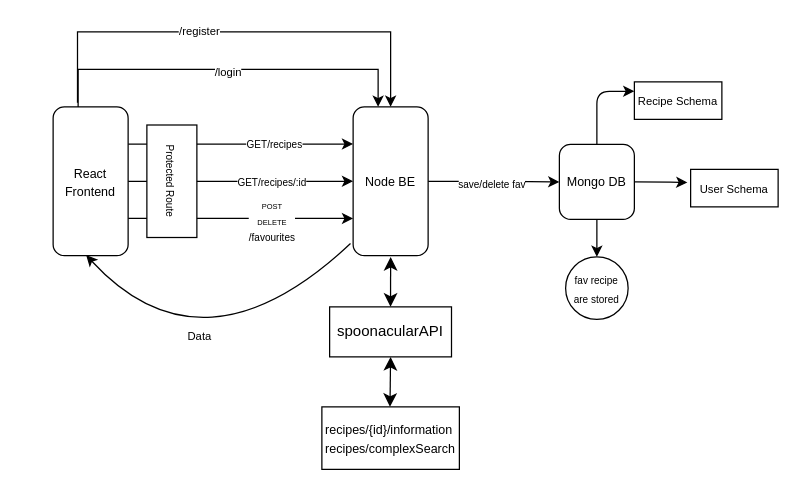
Earlier version of the draw.io diagram Recipe App/Untitled Diagram.drawio (Souravsinha96/System-design). Source tidied: cells renumbered, new cells numbered last; positions are measured from the earlier drawing's top-left corner, leaving out a move shared by most shapes. Both pictures are drawn from the tidied source at 125%, with x=0, y=0 at pixel (52, 31).
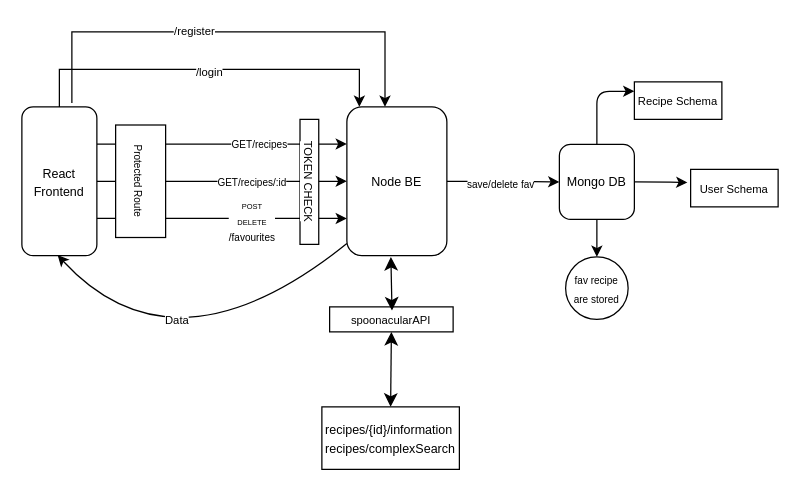
The same page after the edit.

The change refers to these unchanged cells:
```xml
<mxCell id="28" value="&lt;div style=&quot;text-align: left;&quot;&gt;&lt;span style=&quot;background-color: light-dark(rgb(255, 255, 255), rgb(18, 18, 18)); font-family: Poppins, sans-serif;&quot;&gt;&lt;font style=&quot;font-size: 10px;&quot;&gt;recipes/{id}/information&lt;/font&gt;&lt;/span&gt;&lt;/div&gt;&lt;div style=&quot;text-align: left;&quot;&gt;&lt;span style=&quot;font-family: Poppins, sans-serif; background-color: rgb(255, 255, 255);&quot;&gt;&lt;font style=&quot;font-size: 10px; color: rgb(0, 0, 0);&quot;&gt;recipes/complexSearch&lt;/font&gt;&lt;/span&gt;&lt;/div&gt;" style="rounded=0;whiteSpace=wrap;html=1;" parent="1" vertex="1">
  <mxGeometry x="215" y="300" width="110" height="50" as="geometry" />
</mxCell>
```

What changed in the source:
```diff
@@
     <mxCell id="8" style="edgeStyle=orthogonalEdgeStyle;rounded=0;orthogonalLoop=1;jettySize=auto;html=1;exitX=0.5;exitY=0;exitDx=0;exitDy=0;entryX=0.5;entryY=0;entryDx=0;entryDy=0;" parent="1" edge="1">
       <mxGeometry relative="1" as="geometry">
-        <mxPoint x="20" y="60" as="sourcePoint" />
-        <mxPoint x="260" y="60" as="targetPoint" />
+        <mxPoint x="5" y="60" as="sourcePoint" />
+        <mxPoint x="245" y="60" as="targetPoint" />
         <Array as="points">
-          <mxPoint x="20" y="30" />
-          <mxPoint x="260" y="30" />
+          <mxPoint x="5" y="30" />
+          <mxPoint x="245" y="30" />
         </Array>
       </mxGeometry>
     </mxCell>
@@
-    <mxCell id="10" style="edgeStyle=orthogonalEdgeStyle;rounded=0;jettySize=auto;html=1;entryX=0.5;entryY=1;entryDx=0;entryDy=0;exitX=0.325;exitY=-0.027;exitDx=0;exitDy=0;exitPerimeter=0;" parent="1" edge="1" source="12">
+    <mxCell id="10" style="edgeStyle=orthogonalEdgeStyle;rounded=0;orthogonalLoop=1;jettySize=auto;html=1;entryX=0.5;entryY=1;entryDx=0;entryDy=0;exitX=0.325;exitY=-0.027;exitDx=0;exitDy=0;exitPerimeter=0;" parent="1" edge="1">
       <mxGeometry relative="1" as="geometry">
-        <mxPoint x="270" y="60" as="targetPoint" />
+        <mxPoint x="15" y="56.8" as="sourcePoint" />
+        <mxPoint x="265.5" y="60" as="targetPoint" />
         <Array as="points">
-          <mxPoint x="20" />
-          <mxPoint x="270" />
+          <mxPoint x="15.5" />
+          <mxPoint x="265.5" />
         </Array>
       </mxGeometry>
     </mxCell>
@@
     <mxCell id="12" value="&lt;font style=&quot;font-size: 10px;&quot;&gt;React Frontend&lt;/font&gt;" style="whiteSpace=wrap;html=1;align=center;rounded=1;shadow=0;glass=0;" parent="1" vertex="1">
-      <mxGeometry y="60" width="60" height="119" as="geometry" />
+      <mxGeometry x="-25" y="60" width="60" height="119" as="geometry" />
     </mxCell>
@@
     <mxCell id="15" value="&lt;font style=&quot;font-size: 10px;&quot;&gt;Node BE&lt;/font&gt;" style="whiteSpace=wrap;html=1;rounded=1;shadow=0;" parent="1" vertex="1">
-      <mxGeometry x="240" y="60" width="60" height="119" as="geometry" />
+      <mxGeometry x="235" y="60" width="80" height="119" as="geometry" />
     </mxCell>
@@
-    <mxCell id="23" value="spoonacularAPI" style="rounded=0;whiteSpace=wrap;html=1;" parent="1" vertex="1">
-      <mxGeometry x="221.2" y="220" width="97.5" height="40" as="geometry" />
+    <mxCell id="23" value="&lt;font style=&quot;font-size: 9px;&quot;&gt;spoonacularAPI&lt;/font&gt;" style="rounded=0;whiteSpace=wrap;html=1;" parent="1" vertex="1">
+      <mxGeometry x="221.2" y="220" width="98.8" height="20" as="geometry" />
     </mxCell>
-    <mxCell id="24" style="edgeStyle=none;jettySize=auto;html=1;endArrow=classic;startArrow=classic;endSize=8;startSize=8;rounded=0;entryX=0.5;entryY=0;entryDx=0;entryDy=0;" parent="1" edge="1" target="23">
+    <mxCell id="24" style="edgeStyle=none;orthogonalLoop=1;jettySize=auto;html=1;endArrow=classic;startArrow=classic;endSize=8;startSize=8;rounded=0;entryX=0.424;entryY=0.096;entryDx=0;entryDy=0;entryPerimeter=0;" parent="1" edge="1">
       <mxGeometry relative="1" as="geometry">
-        <mxPoint x="270" y="180" as="sourcePoint" />
+        <mxPoint x="270.2" y="180" as="sourcePoint" />
+        <mxPoint x="271.1" y="223" as="targetPoint" />
       </mxGeometry>
     </mxCell>
-    <mxCell id="25" style="edgeStyle=none;jettySize=auto;html=1;rounded=0;curved=1;exitX=-0.035;exitY=0.919;exitDx=0;exitDy=0;exitPerimeter=0;entryX=0.441;entryY=0.997;entryDx=0;entryDy=0;entryPerimeter=0;" parent="1" edge="1" source="15" target="12">
+    <mxCell id="25" style="edgeStyle=none;jettySize=auto;html=1;rounded=0;curved=1;exitX=0;exitY=0.919;exitDx=0;exitDy=0;exitPerimeter=0;entryX=0.441;entryY=0.997;entryDx=0;entryDy=0;entryPerimeter=0;" parent="1" edge="1" source="15">
       <mxGeometry relative="1" as="geometry">
+        <mxPoint x="3.6" y="178.6" as="targetPoint" />
         <Array as="points">
-          <mxPoint x="120" y="280" />
+          <mxPoint x="97.1" y="280" />
         </Array>
       </mxGeometry>
     </mxCell>
     <mxCell id="26" value="&lt;font style=&quot;font-size: 9px;&quot;&gt;Data&lt;/font&gt;" style="edgeLabel;html=1;align=center;verticalAlign=middle;" parent="25" vertex="1">
       <mxGeometry x="0.27" y="-21" relative="1" as="geometry">
-        <mxPoint y="-2" as="offset" />
+        <mxPoint x="2" y="-19" as="offset" />
       </mxGeometry>
     </mxCell>
     <mxCell id="27" value="&lt;font style=&quot;font-size: 8px;&quot;&gt;Protected Route&lt;/font&gt;" style="rounded=0;whiteSpace=wrap;html=1;rotation=90;" parent="1" vertex="1">
-      <mxGeometry x="50" y="99.5" width="90" height="40" as="geometry" />
+      <mxGeometry x="25" y="99.5" width="90" height="40" as="geometry" />
     </mxCell>
@@
     <mxCell id="29" style="edgeStyle=none;jettySize=auto;html=1;endArrow=classic;startArrow=classic;endSize=8;startSize=8;rounded=1;shadow=0;strokeColor=default;align=center;verticalAlign=middle;fontFamily=Helvetica;fontSize=11;fontColor=default;labelBackgroundColor=default;entryX=0.5;entryY=0;entryDx=0;entryDy=0;exitX=0.5;exitY=1;exitDx=0;exitDy=0;" parent="1" edge="1" source="23" target="28">
-      <mxGeometry relative="1" as="geometry">
-        <Array as="points">
-          <mxPoint x="269.5" y="300" />
-        </Array>
-      </mxGeometry>
+      <mxGeometry relative="1" as="geometry" />
     </mxCell>
+    <mxCell id="30" value="&lt;font style=&quot;font-size: 9px;&quot;&gt;TOKEN CHECK&lt;/font&gt;" style="rounded=0;whiteSpace=wrap;html=1;fontFamily=Helvetica;fontSize=11;fontColor=default;labelBackgroundColor=default;rotation=90;" parent="1" vertex="1">
+      <mxGeometry x="155" y="112.5" width="100" height="15" as="geometry" />
+    </mxCell>
```
